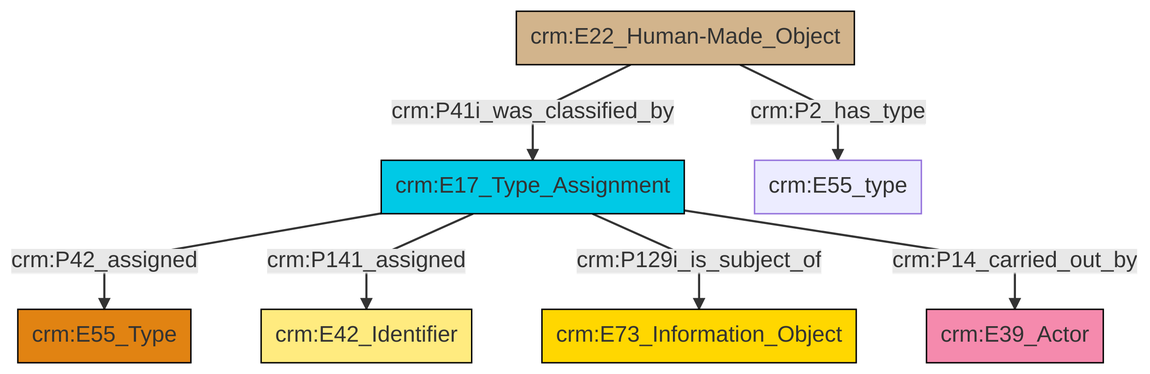
swiss-art-research-net/reference-data-models keeps this Mermaid diagram as et/builtWorkCSV/ttl/mmd/png/Built_Work_designation_status.png. Above is the earlier version. Its source is kept beside it as et/builtWorkCSV/ttl/mmd/Built_Work_designation_status.ttl.mmd.
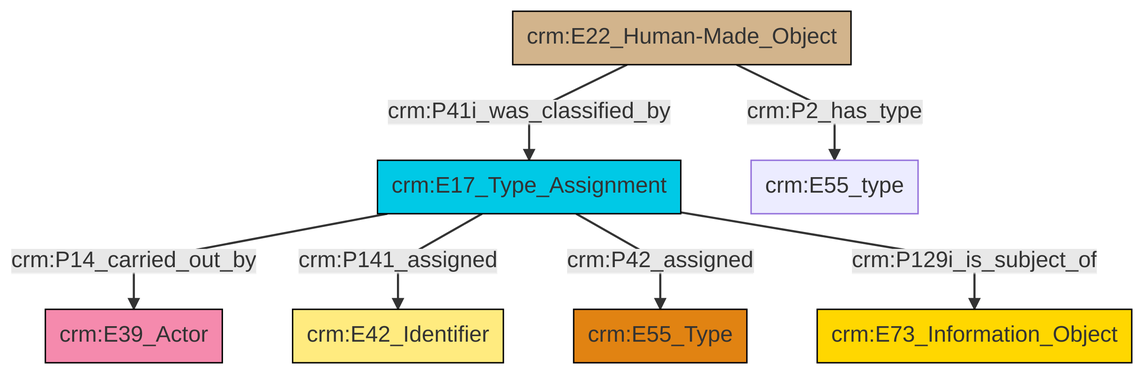
The same file after the commit.

The edit, as a diff of the source:
```diff
@@ -13,9 +13,9 @@
 classDef PC_Classes fill:#4ce600, stroke:#000000;
 classDef Multi fill:#cccccc,stroke:#000000;
 
-0["crm:E22_Human-Made_Object"]:::Physical_Thing -->|crm:P41i_was_classified_by| 1["crm:E17_Type_Assignment"]:::Temporal_Entity
-1["crm:E17_Type_Assignment"]:::Temporal_Entity -->|crm:P42_assigned| 2["crm:E55_Type"]:::Type
-1["crm:E17_Type_Assignment"]:::Temporal_Entity -->|crm:P141_assigned| 3["crm:E42_Identifier"]:::Appellation
-1["crm:E17_Type_Assignment"]:::Temporal_Entity -->|crm:P129i_is_subject_of| 5["crm:E73_Information_Object"]:::Conceptual_Object
-1["crm:E17_Type_Assignment"]:::Temporal_Entity -->|crm:P14_carried_out_by| 7["crm:E39_Actor"]:::Actor
-0["crm:E22_Human-Made_Object"]:::Physical_Thing -->|crm:P2_has_type| 8["crm:E55_type"]:::Default
+0["crm:E17_Type_Assignment"]:::Temporal_Entity -->|crm:P14_carried_out_by| 1["crm:E39_Actor"]:::Actor
+2["crm:E22_Human-Made_Object"]:::Physical_Thing -->|crm:P41i_was_classified_by| 0["crm:E17_Type_Assignment"]:::Temporal_Entity
+2["crm:E22_Human-Made_Object"]:::Physical_Thing -->|crm:P2_has_type| 3["crm:E55_type"]:::Default
+0["crm:E17_Type_Assignment"]:::Temporal_Entity -->|crm:P141_assigned| 5["crm:E42_Identifier"]:::Appellation
+0["crm:E17_Type_Assignment"]:::Temporal_Entity -->|crm:P42_assigned| 6["crm:E55_Type"]:::Type
+0["crm:E17_Type_Assignment"]:::Temporal_Entity -->|crm:P129i_is_subject_of| 10["crm:E73_Information_Object"]:::Conceptual_Object
```
